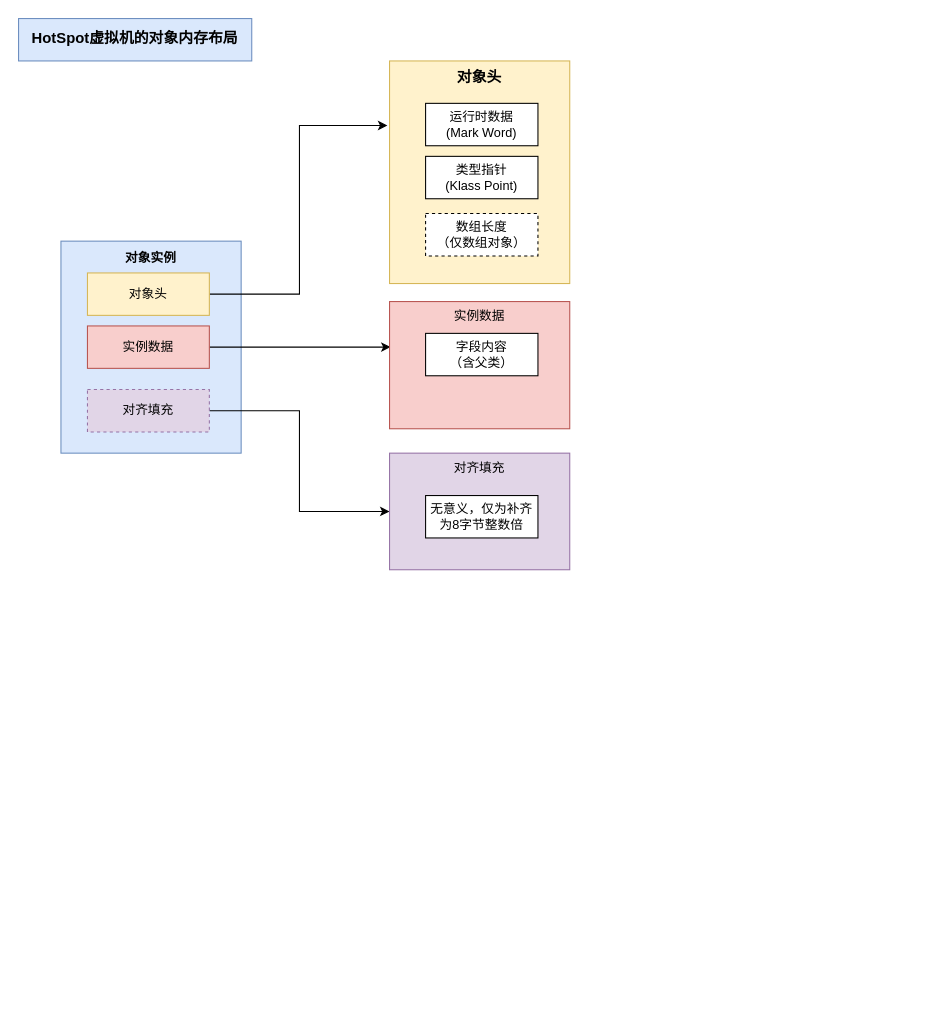
This is jvm/HotSpot虚拟机的对象内存布局.drawio from YinggangDong/diagrams, a draw.io file, before an edit. Source tidied: cells renumbered, new cells numbered last; positions are measured from the earlier drawing's top-left corner, leaving out a move shared by most shapes. Both pictures are drawn from the tidied source at 106%, with x=0, y=0 at pixel (18, 18).
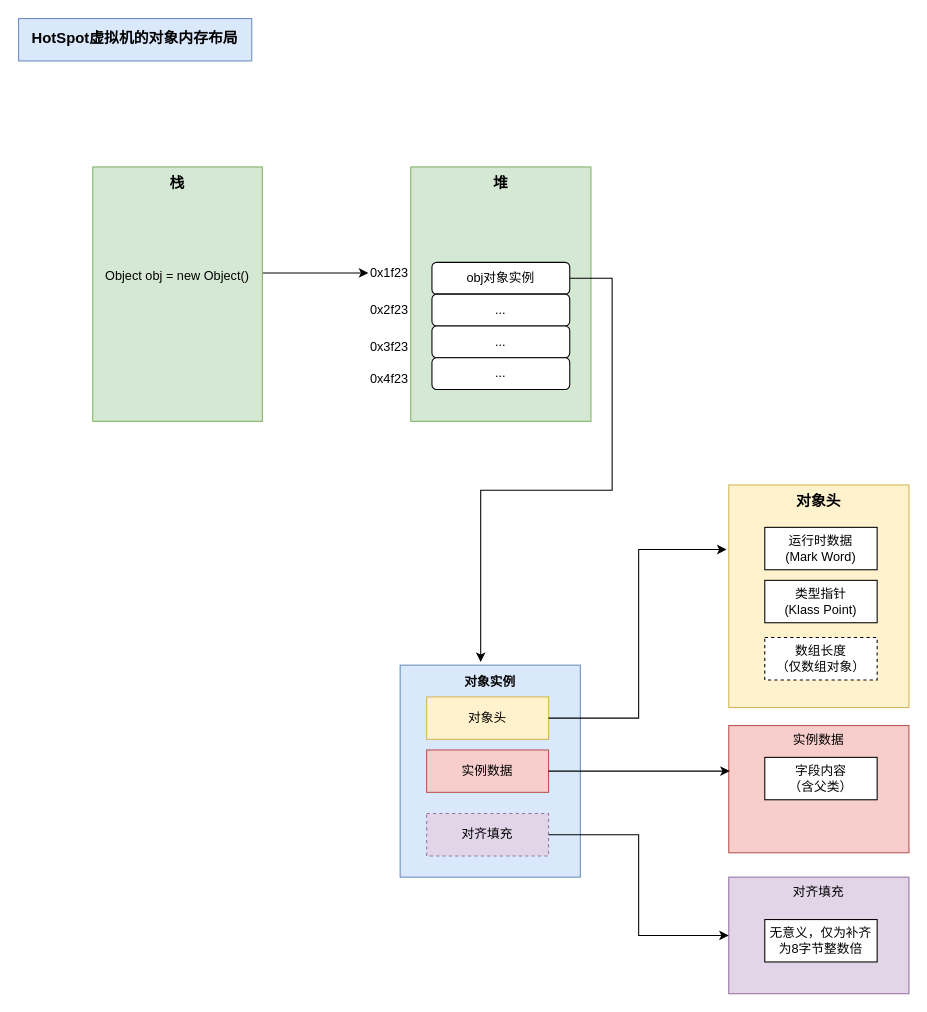
Above is the later version.

Commit message:
feat:完善堆栈关系

What changed in the source:
```diff
@@
+    <mxCell id="9" value="&lt;b style=&quot;line-height: 130%&quot;&gt;&lt;font style=&quot;font-size: 14px&quot;&gt;HotSpot虚拟机的对象内存布局&lt;/font&gt;&lt;/b&gt;" style="rounded=0;whiteSpace=wrap;html=1;align=center;fillColor=#dae8fc;strokeColor=#6c8ebf;" parent="1" vertex="1">
+      <mxGeometry width="220" height="40" as="geometry" />
+    </mxCell>
+    <mxCell id="18" style="edgeStyle=orthogonalEdgeStyle;rounded=0;jettySize=auto;html=1;" parent="1" edge="1" source="19">
+      <mxGeometry relative="1" as="geometry">
+        <mxPoint x="330" y="240" as="targetPoint" />
+        <Array as="points">
+          <mxPoint x="330" y="240" />
+        </Array>
+      </mxGeometry>
+    </mxCell>
+    <mxCell id="19" value="&lt;b&gt;&lt;font style=&quot;font-size: 14px&quot;&gt;栈&lt;/font&gt;&lt;/b&gt;&lt;br&gt;&lt;br&gt;&lt;br&gt;&lt;br&gt;&lt;br&gt;&lt;br&gt;Object obj = new Object()" style="rounded=0;whiteSpace=wrap;html=1;align=center;verticalAlign=top;fillColor=#d5e8d4;strokeColor=#82b366;" parent="1" vertex="1">
+      <mxGeometry x="70" y="140" width="160" height="240" as="geometry" />
+    </mxCell>
+    <mxCell id="20" style="group;" parent="1" vertex="1">
+      <mxGeometry x="360" y="440" width="480" height="480" as="geometry" />
+    </mxCell>
-    <mxCell id="2" value="&lt;b style=&quot;line-height: 150%&quot;&gt;对象实例&lt;/b&gt;" style="rounded=0;whiteSpace=wrap;html=1;align=center;verticalAlign=top;fillColor=#dae8fc;strokeColor=#6c8ebf;" parent="1" vertex="1">
-      <mxGeometry x="40" y="210" width="170" height="200" as="geometry" />
+    <mxCell id="2" value="&lt;b style=&quot;line-height: 150%&quot;&gt;对象实例&lt;/b&gt;" style="rounded=0;whiteSpace=wrap;html=1;align=center;verticalAlign=top;fillColor=#dae8fc;strokeColor=#6c8ebf;" parent="20" vertex="1">
+      <mxGeometry y="170" width="170" height="200" as="geometry" />
     </mxCell>
+    <mxCell id="4" value="对象头" style="rounded=0;whiteSpace=wrap;html=1;align=center;fillColor=#fff2cc;strokeColor=#d6b656;" parent="20" vertex="1">
+      <mxGeometry x="25" y="200" width="115" height="40" as="geometry" />
+    </mxCell>
+    <mxCell id="6" value="对齐填充" style="rounded=0;whiteSpace=wrap;html=1;align=center;fillColor=#e1d5e7;strokeColor=#9673a6;dashed=1;" parent="20" vertex="1">
+      <mxGeometry x="25" y="310" width="115" height="40" as="geometry" />
+    </mxCell>
+    <mxCell id="8" value="实例数据" style="rounded=0;whiteSpace=wrap;html=1;align=center;fillColor=#f8cecc;strokeColor=#b85450;" parent="20" vertex="1">
+      <mxGeometry x="25" y="250" width="115" height="40" as="geometry" />
+    </mxCell>
+    <mxCell id="10" value="&lt;b&gt;&lt;font style=&quot;font-size: 14px&quot;&gt;对象头&lt;/font&gt;&lt;/b&gt;" style="rounded=0;whiteSpace=wrap;html=1;align=center;horizontal=1;verticalAlign=top;fillColor=#fff2cc;strokeColor=#d6b656;" parent="20" vertex="1">
+      <mxGeometry x="310" width="170" height="210" as="geometry" />
+    </mxCell>
-    <mxCell id="3" style="edgeStyle=orthogonalEdgeStyle;rounded=0;jettySize=auto;html=1;entryX=-0.012;entryY=0.29;entryDx=0;entryDy=0;entryPerimeter=0;" parent="1" edge="1" source="4" target="10">
+    <mxCell id="3" style="edgeStyle=orthogonalEdgeStyle;rounded=0;jettySize=auto;html=1;entryX=-0.012;entryY=0.29;entryDx=0;entryDy=0;entryPerimeter=0;" parent="20" edge="1" source="4" target="10">
       <mxGeometry relative="1" as="geometry" />
     </mxCell>
-    <mxCell id="4" value="对象头" style="rounded=0;whiteSpace=wrap;html=1;align=center;fillColor=#fff2cc;strokeColor=#d6b656;" parent="1" vertex="1">
-      <mxGeometry x="65" y="240" width="115" height="40" as="geometry" />
-    </mxCell>
-    <mxCell id="5" style="edgeStyle=orthogonalEdgeStyle;rounded=0;jettySize=auto;html=1;entryX=0;entryY=0.5;entryDx=0;entryDy=0;" parent="1" edge="1" source="6" target="16">
-      <mxGeometry relative="1" as="geometry" />
-    </mxCell>
-    <mxCell id="6" value="对齐填充" style="rounded=0;whiteSpace=wrap;html=1;align=center;fillColor=#e1d5e7;strokeColor=#9673a6;dashed=1;" parent="1" vertex="1">
-      <mxGeometry x="65" y="350" width="115" height="40" as="geometry" />
-    </mxCell>
-    <mxCell id="7" style="edgeStyle=orthogonalEdgeStyle;rounded=0;jettySize=auto;html=1;entryX=0.006;entryY=0.358;entryDx=0;entryDy=0;entryPerimeter=0;" parent="1" edge="1" source="8" target="14">
-      <mxGeometry relative="1" as="geometry" />
-    </mxCell>
-    <mxCell id="8" value="实例数据" style="rounded=0;whiteSpace=wrap;html=1;align=center;fillColor=#f8cecc;strokeColor=#b85450;" parent="1" vertex="1">
-      <mxGeometry x="65" y="290" width="115" height="40" as="geometry" />
-    </mxCell>
-    <mxCell id="9" value="&lt;b style=&quot;line-height: 130%&quot;&gt;&lt;font style=&quot;font-size: 14px&quot;&gt;HotSpot虚拟机的对象内存布局&lt;/font&gt;&lt;/b&gt;" style="rounded=0;whiteSpace=wrap;html=1;align=center;fillColor=#dae8fc;strokeColor=#6c8ebf;" parent="1" vertex="1">
-      <mxGeometry width="220" height="40" as="geometry" />
-    </mxCell>
-    <mxCell id="10" value="&lt;b&gt;&lt;font style=&quot;font-size: 14px&quot;&gt;对象头&lt;/font&gt;&lt;/b&gt;" style="rounded=0;whiteSpace=wrap;html=1;align=center;horizontal=1;verticalAlign=top;fillColor=#fff2cc;strokeColor=#d6b656;" parent="1" vertex="1">
-      <mxGeometry x="350" y="40" width="170" height="210" as="geometry" />
-    </mxCell>
-    <mxCell id="11" value="运行时数据&lt;br&gt;(Mark Word)" style="rounded=0;whiteSpace=wrap;html=1;align=center;" parent="1" vertex="1">
-      <mxGeometry x="384" y="80" width="106" height="40" as="geometry" />
+    <mxCell id="11" value="运行时数据&lt;br&gt;(Mark Word)" style="rounded=0;whiteSpace=wrap;html=1;align=center;" parent="20" vertex="1">
+      <mxGeometry x="344" y="40" width="106" height="40" as="geometry" />
     </mxCell>
-    <mxCell id="12" value="类型指针&lt;br&gt;(Klass Point)" style="rounded=0;whiteSpace=wrap;html=1;align=center;" parent="1" vertex="1">
-      <mxGeometry x="384" y="130" width="106" height="40" as="geometry" />
+    <mxCell id="12" value="类型指针&lt;br&gt;(Klass Point)" style="rounded=0;whiteSpace=wrap;html=1;align=center;" parent="20" vertex="1">
+      <mxGeometry x="344" y="90" width="106" height="40" as="geometry" />
     </mxCell>
-    <mxCell id="13" value="数组长度&lt;br&gt;（仅数组对象）" style="rounded=0;whiteSpace=wrap;html=1;align=center;dashed=1;" parent="1" vertex="1">
-      <mxGeometry x="384" y="184" width="106" height="40" as="geometry" />
+    <mxCell id="13" value="数组长度&lt;br&gt;（仅数组对象）" style="rounded=0;whiteSpace=wrap;html=1;align=center;dashed=1;" parent="20" vertex="1">
+      <mxGeometry x="344" y="144" width="106" height="40" as="geometry" />
     </mxCell>
-    <mxCell id="14" value="实例数据" style="rounded=0;whiteSpace=wrap;html=1;align=center;verticalAlign=top;fillColor=#f8cecc;strokeColor=#b85450;" parent="1" vertex="1">
-      <mxGeometry x="350" y="267" width="170" height="120" as="geometry" />
+    <mxCell id="14" value="实例数据" style="rounded=0;whiteSpace=wrap;html=1;align=center;verticalAlign=top;fillColor=#f8cecc;strokeColor=#b85450;" parent="20" vertex="1">
+      <mxGeometry x="310" y="227" width="170" height="120" as="geometry" />
     </mxCell>
+    <mxCell id="7" style="edgeStyle=orthogonalEdgeStyle;rounded=0;jettySize=auto;html=1;entryX=0.006;entryY=0.358;entryDx=0;entryDy=0;entryPerimeter=0;" parent="20" edge="1" source="8" target="14">
+      <mxGeometry relative="1" as="geometry" />
+    </mxCell>
-    <mxCell id="15" value="字段内容&lt;br&gt;（含父类）" style="rounded=0;whiteSpace=wrap;html=1;align=center;" parent="1" vertex="1">
-      <mxGeometry x="384" y="297" width="106" height="40" as="geometry" />
+    <mxCell id="15" value="字段内容&lt;br&gt;（含父类）" style="rounded=0;whiteSpace=wrap;html=1;align=center;" parent="20" vertex="1">
+      <mxGeometry x="344" y="257" width="106" height="40" as="geometry" />
     </mxCell>
-    <mxCell id="16" value="对齐填充" style="rounded=0;whiteSpace=wrap;html=1;align=center;verticalAlign=top;fillColor=#e1d5e7;strokeColor=#9673a6;" parent="1" vertex="1">
-      <mxGeometry x="350" y="410" width="170" height="110" as="geometry" />
+    <mxCell id="16" value="对齐填充" style="rounded=0;whiteSpace=wrap;html=1;align=center;verticalAlign=top;fillColor=#e1d5e7;strokeColor=#9673a6;" parent="20" vertex="1">
+      <mxGeometry x="310" y="370" width="170" height="110" as="geometry" />
     </mxCell>
+    <mxCell id="5" style="edgeStyle=orthogonalEdgeStyle;rounded=0;jettySize=auto;html=1;entryX=0;entryY=0.5;entryDx=0;entryDy=0;" parent="20" edge="1" source="6" target="16">
+      <mxGeometry relative="1" as="geometry" />
+    </mxCell>
-    <mxCell id="17" value="无意义，仅为补齐为8字节整数倍" style="rounded=0;whiteSpace=wrap;html=1;align=center;" parent="1" vertex="1">
-      <mxGeometry x="384" y="450" width="106" height="40" as="geometry" />
+    <mxCell id="17" value="无意义，仅为补齐为8字节整数倍" style="rounded=0;whiteSpace=wrap;html=1;align=center;" parent="20" vertex="1">
+      <mxGeometry x="344" y="410" width="106" height="40" as="geometry" />
     </mxCell>
+    <mxCell id="21" value="&lt;span style=&quot;font-size: 14px&quot;&gt;&lt;b&gt;堆&lt;/b&gt;&lt;/span&gt;&lt;br&gt;&lt;br&gt;&lt;br&gt;&lt;br&gt;&lt;br&gt;&lt;br&gt;" style="rounded=0;whiteSpace=wrap;html=1;align=center;verticalAlign=top;fillColor=#d5e8d4;strokeColor=#82b366;" parent="1" vertex="1">
+      <mxGeometry x="370" y="140" width="170" height="240" as="geometry" />
+    </mxCell>
+    <mxCell id="22" style="edgeStyle=orthogonalEdgeStyle;rounded=0;jettySize=auto;html=1;entryX=0.447;entryY=-0.015;entryDx=0;entryDy=0;entryPerimeter=0;" parent="1" edge="1" source="23" target="2">
+      <mxGeometry relative="1" as="geometry">
+        <Array as="points">
+          <mxPoint x="560" y="245" />
+          <mxPoint x="560" y="445" />
+          <mxPoint x="436" y="445" />
+        </Array>
+      </mxGeometry>
+    </mxCell>
+    <mxCell id="23" value="obj对象实例" style="rounded=1;whiteSpace=wrap;html=1;align=center;" parent="1" vertex="1">
+      <mxGeometry x="390" y="230" width="130" height="30" as="geometry" />
+    </mxCell>
+    <mxCell id="24" value="..." style="rounded=1;whiteSpace=wrap;html=1;align=center;" parent="1" vertex="1">
+      <mxGeometry x="390" y="260" width="130" height="30" as="geometry" />
+    </mxCell>
+    <mxCell id="25" value="..." style="rounded=1;whiteSpace=wrap;html=1;align=center;" parent="1" vertex="1">
+      <mxGeometry x="390" y="290" width="130" height="30" as="geometry" />
+    </mxCell>
+    <mxCell id="26" value="..." style="rounded=1;whiteSpace=wrap;html=1;align=center;" parent="1" vertex="1">
+      <mxGeometry x="390" y="320" width="130" height="30" as="geometry" />
+    </mxCell>
+    <mxCell id="27" value="0x1f23" style="text;html=1;strokeColor=none;fillColor=none;align=center;verticalAlign=middle;whiteSpace=wrap;overflow=hidden;" parent="1" vertex="1">
+      <mxGeometry x="320" y="230" width="60" height="20" as="geometry" />
+    </mxCell>
+    <mxCell id="28" value="0x2f23" style="text;html=1;strokeColor=none;fillColor=none;align=center;verticalAlign=middle;whiteSpace=wrap;overflow=hidden;" parent="1" vertex="1">
+      <mxGeometry x="320" y="265" width="60" height="20" as="geometry" />
+    </mxCell>
+    <mxCell id="29" value="0x3f23" style="text;html=1;strokeColor=none;fillColor=none;align=center;verticalAlign=middle;whiteSpace=wrap;overflow=hidden;" parent="1" vertex="1">
+      <mxGeometry x="320" y="300" width="60" height="20" as="geometry" />
+    </mxCell>
+    <mxCell id="30" value="0x4f23" style="text;html=1;strokeColor=none;fillColor=none;align=center;verticalAlign=middle;whiteSpace=wrap;overflow=hidden;" parent="1" vertex="1">
+      <mxGeometry x="320" y="330" width="60" height="20" as="geometry" />
+    </mxCell>
```
